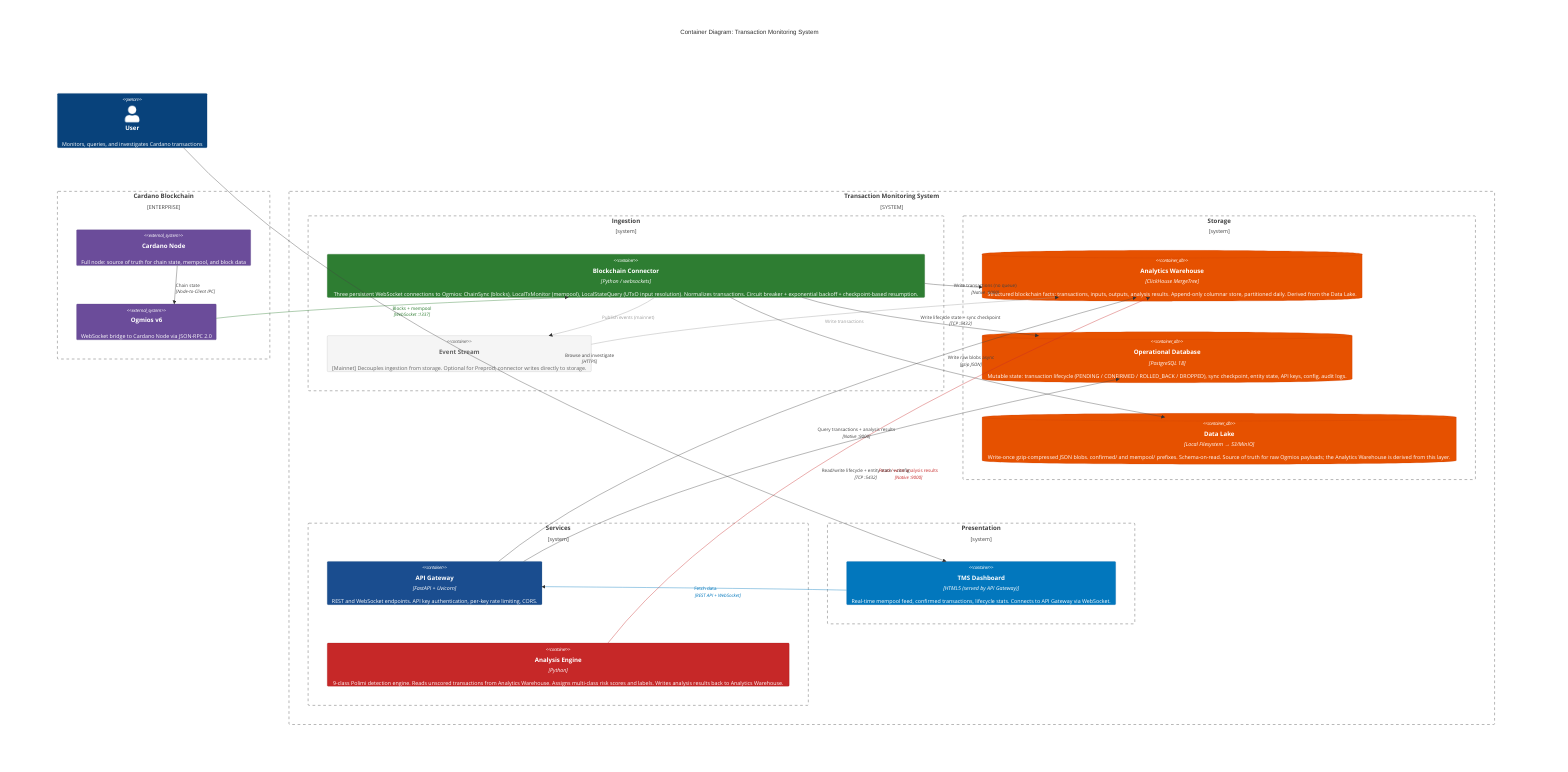
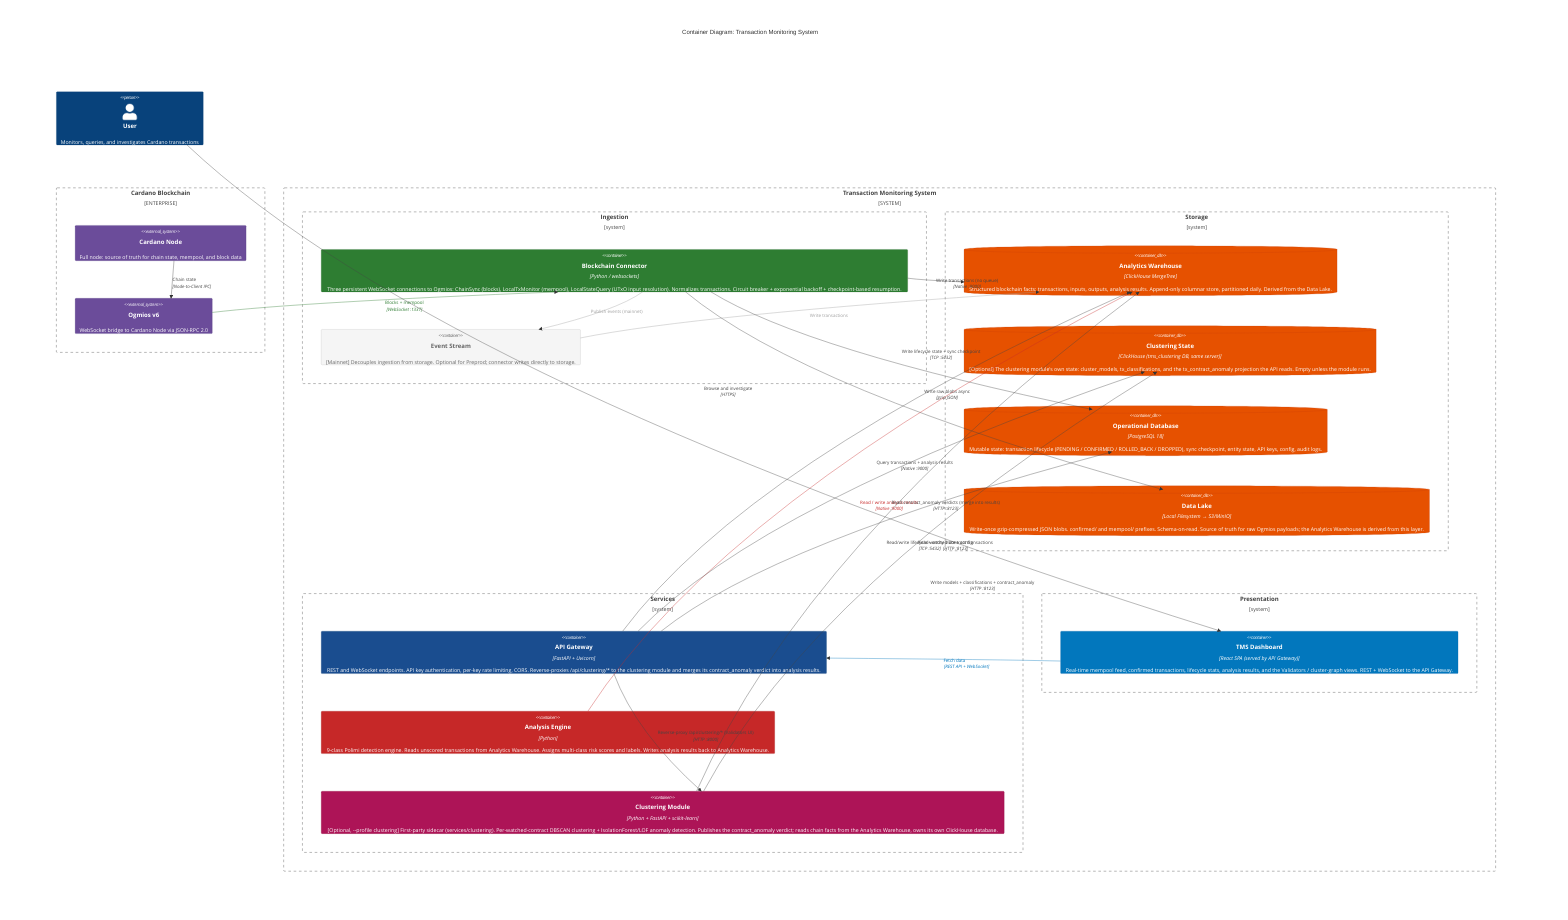
C4Container
    title Container Diagram: Transaction Monitoring System

    Enterprise_Boundary(blockchain, "Cardano Blockchain") {
        System_Ext(cardano_node, "Cardano Node", "Full node: source of truth for chain state, mempool, and block data")
        System_Ext(ogmios, "Ogmios v6", "WebSocket bridge to Cardano Node via JSON-RPC 2.0")
    }

    Person(user, "User", "Monitors, queries, and investigates Cardano transactions")

    System_Boundary(tms, "Transaction Monitoring System") {

        Boundary(ingestion, "Ingestion") {
            Container(connector, "Blockchain Connector", "Python / websockets", "Three persistent WebSocket connections to Ogmios: ChainSync (blocks), LocalTxMonitor (mempool), LocalStateQuery (UTxO input resolution). Normalizes transactions. Circuit breaker + exponential backoff + checkpoint-based resumption.")
            Container(queue, "Event Stream", "", "[Mainnet] Decouples ingestion from storage. Optional for Preprod; connector writes directly to storage.")
        }

        Boundary(storage, "Storage") {
            ContainerDb(datalake, "Analytics Warehouse", "ClickHouse MergeTree", "Structured blockchain facts: transactions, inputs, outputs, analysis results. Append-only columnar store, partitioned daily. Derived from the Data Lake.")
+             ContainerDb(clusterdb, "Clustering State", "ClickHouse (tms_clustering DB, same server)", "[Optional] The clustering module's own state: cluster_models, tx_classifications, and the tx_contract_anomaly projection the API reads. Empty unless the module runs.")
            ContainerDb(admin_db, "Operational Database", "PostgreSQL 18", "Mutable state: transaction lifecycle (PENDING / CONFIRMED / ROLLED_BACK / DROPPED), sync checkpoint, entity state, API keys, config, audit logs.")
            ContainerDb(rawstore, "Data Lake", "Local Filesystem → S3/MinIO", "Write-once gzip-compressed JSON blobs. confirmed/ and mempool/ prefixes. Schema-on-read. Source of truth for raw Ogmios payloads; the Analytics Warehouse is derived from this layer.")
        }

        Boundary(services, "Services") {
-             Container(api, "API Gateway", "FastAPI + Uvicorn", "REST and WebSocket endpoints. API key authentication, per-key rate limiting, CORS.")
+             Container(api, "API Gateway", "FastAPI + Uvicorn", "REST and WebSocket endpoints. API key authentication, per-key rate limiting, CORS. Reverse-proxies /api/clustering/* to the clustering module and merges its contract_anomaly verdict into analysis results.")
            Container(analysis, "Analysis Engine", "Python", "9-class Polimi detection engine. Reads unscored transactions from Analytics Warehouse. Assigns multi-class risk scores and labels. Writes analysis results back to Analytics Warehouse.")
+             Container(clustering, "Clustering Module", "Python + FastAPI + scikit-learn", "[Optional, --profile clustering] First-party sidecar (services/clustering). Per-watched-contract DBSCAN clustering + IsolationForest/LOF anomaly detection. Publishes the contract_anomaly verdict; reads chain facts from the Analytics Warehouse, owns its own ClickHouse database.")
        }

        Boundary(presentation, "Presentation") {
-             Container(ui, "TMS Dashboard", "HTML5 (served by API Gateway)", "Real-time mempool feed, confirmed transactions, lifecycle stats. Connects to API Gateway via WebSocket.")
+             Container(ui, "TMS Dashboard", "React SPA (served by API Gateway)", "Real-time mempool feed, confirmed transactions, lifecycle stats, analysis results, and the Validators / cluster-graph views. REST + WebSocket to the API Gateway.")
        }
    }

    Rel(cardano_node, ogmios, "Chain state", "Node-to-Client IPC")
    Rel(ogmios, connector, "Blocks + mempool", "WebSocket :1337")

    Rel(connector, queue, "Publish events (mainnet)", "")
    Rel(queue, datalake, "Write transactions", "")
    Rel(connector, datalake, "Write transactions (no queue)", "Native :9000")
    Rel(connector, admin_db, "Write lifecycle state + sync checkpoint", "TCP :5432")
    Rel(connector, rawstore, "Write raw blobs async", "gzip JSON")

    Rel(analysis, datalake, "Read / write analysis results", "Native :9000")

    Rel(api, datalake, "Query transactions + analysis results", "Native :9000")
    Rel(api, admin_db, "Read/write lifecycle + entity state + config", "TCP :5432")
+     Rel(api, clustering, "Reverse-proxy /api/clustering/* (Validators UI)", "HTTP :8000")
+     Rel(api, clusterdb, "Read contract_anomaly verdicts (merge into results)", "HTTP :8123")
+     Rel(clustering, datalake, "Read watched-contract transactions", "HTTP :8123")
+     Rel(clustering, clusterdb, "Write models + classifications + contract_anomaly", "HTTP :8123")

    Rel(user, ui, "Browse and investigate", "HTTPS")
    Rel(ui, api, "Fetch data", "REST API + WebSocket")

    UpdateElementStyle(queue, $fontColor="#666666", $bgColor="#f5f5f5", $borderColor="#9e9e9e")
    UpdateElementStyle(connector, $fontColor="white", $bgColor="#2e7d32", $borderColor="#1b5e20")
    UpdateElementStyle(api, $fontColor="white", $bgColor="#1a4d8f", $borderColor="#0d3b6e")
    UpdateElementStyle(analysis, $fontColor="white", $bgColor="#c62828", $borderColor="#8e0000")
+     UpdateElementStyle(clustering, $fontColor="white", $bgColor="#ad1457", $borderColor="#78002e")
+     UpdateElementStyle(clusterdb, $fontColor="white", $bgColor="#e65100", $borderColor="#bf360c")
    UpdateElementStyle(datalake, $fontColor="white", $bgColor="#e65100", $borderColor="#bf360c")
    UpdateElementStyle(admin_db, $fontColor="white", $bgColor="#e65100", $borderColor="#bf360c")
    UpdateElementStyle(rawstore, $fontColor="white", $bgColor="#e65100", $borderColor="#bf360c")
    UpdateElementStyle(ui, $fontColor="white", $bgColor="#0277bd", $borderColor="#01579b")
    UpdateElementStyle(ogmios, $fontColor="white", $bgColor="#6b4c9a", $borderColor="#4a3570")
    UpdateElementStyle(cardano_node, $fontColor="white", $bgColor="#6b4c9a", $borderColor="#4a3570")
    UpdateRelStyle(ogmios, connector, $textColor="#2e7d32", $lineColor="#2e7d32")
    UpdateRelStyle(connector, queue, $textColor="#9e9e9e", $lineColor="#9e9e9e")
    UpdateRelStyle(queue, datalake, $textColor="#9e9e9e", $lineColor="#9e9e9e")
    UpdateRelStyle(analysis, datalake, $textColor="#c62828", $lineColor="#c62828")
    UpdateRelStyle(ui, api, $textColor="#0277bd", $lineColor="#0277bd")
